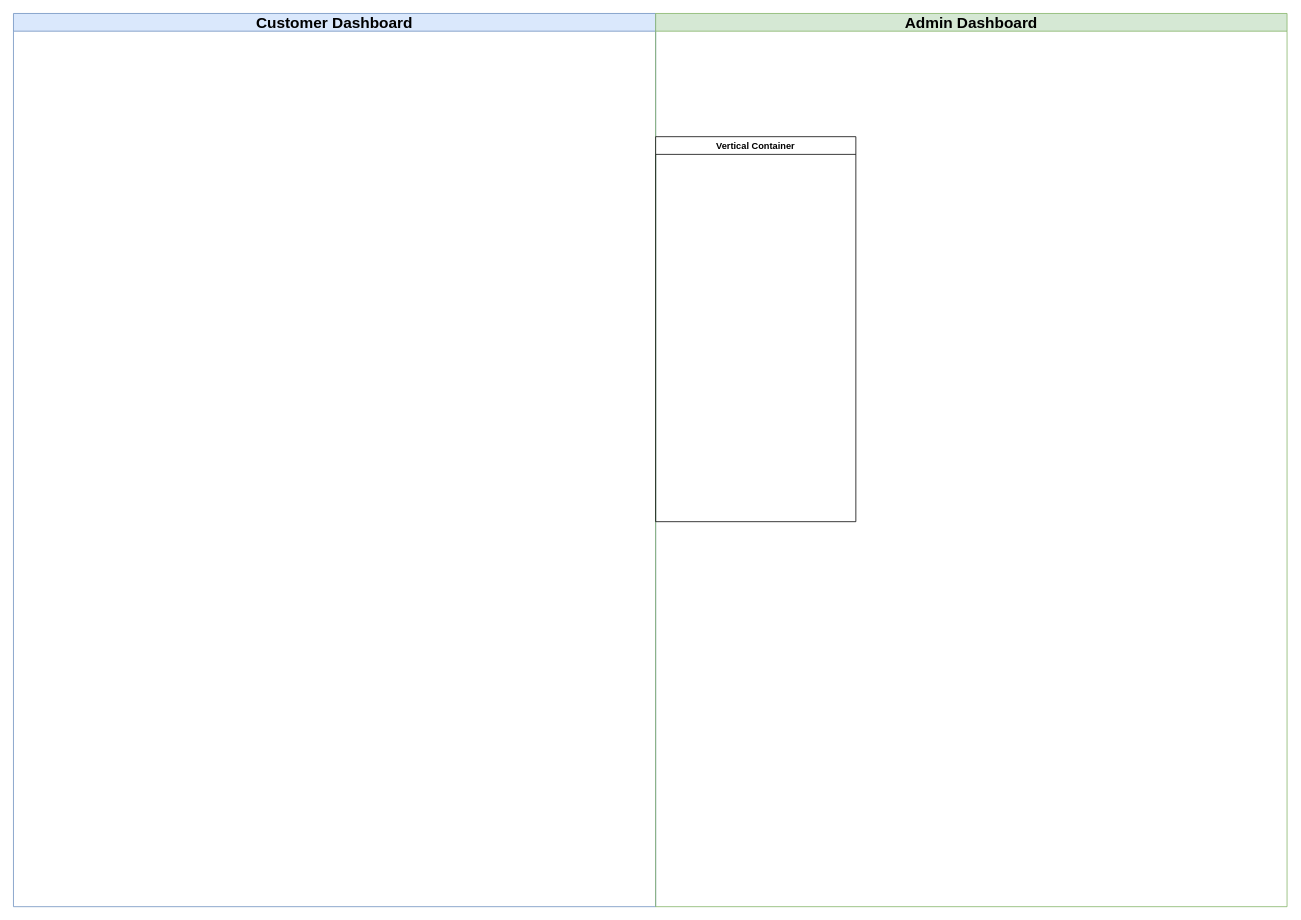
Earlier version of the draw.io diagram guides/Asherr Portal Design.drawio (wackybuddy/asherr-panel). Source tidied: cells renumbered, new cells numbered last; positions are measured from the earlier drawing's top-left corner, leaving out a move shared by most shapes. Both pictures are drawn from the tidied source at 77%, with x=0, y=0 at pixel (13, 13).
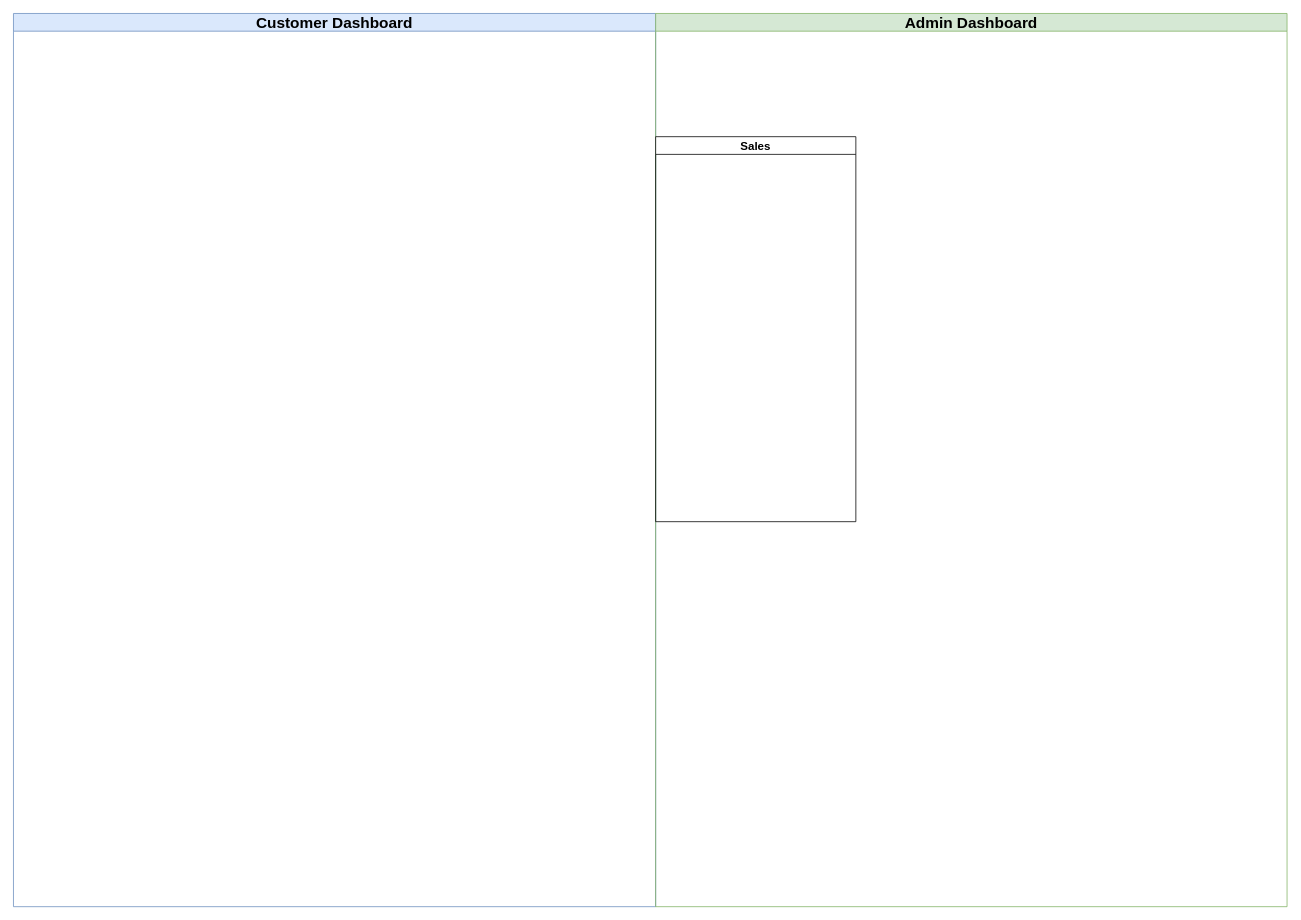
After the change.

Diff of the diagram source:
```diff
@@
 <mxGraphModel>
   <root>
     <mxCell id="0" />
     <mxCell id="1" parent="0" />
     <mxCell id="2" value="Customer Dashboard" style="swimlane;whiteSpace=wrap;html=1;fillColor=#dae8fc;strokeColor=#6c8ebf;fontSize=20;horizontal=1;fontFamily=Helvetica;" parent="1" vertex="1">
       <mxGeometry width="834" height="1160" as="geometry" />
     </mxCell>
     <mxCell id="3" value="Admin Dashboard" style="swimlane;whiteSpace=wrap;html=1;fillColor=#d5e8d4;strokeColor=#82b366;fontSize=20;" parent="1" vertex="1">
       <mxGeometry x="834" width="820" height="1160" as="geometry" />
     </mxCell>
-    <mxCell id="4" value="Vertical Container" style="swimlane;whiteSpace=wrap;html=1;" parent="3" vertex="1">
+    <mxCell id="4" value="Sales" style="swimlane;whiteSpace=wrap;html=1;fontSize=15;" parent="3" vertex="1">
       <mxGeometry y="160" width="260" height="500" as="geometry" />
     </mxCell>
   </root>
 </mxGraphModel>
```
